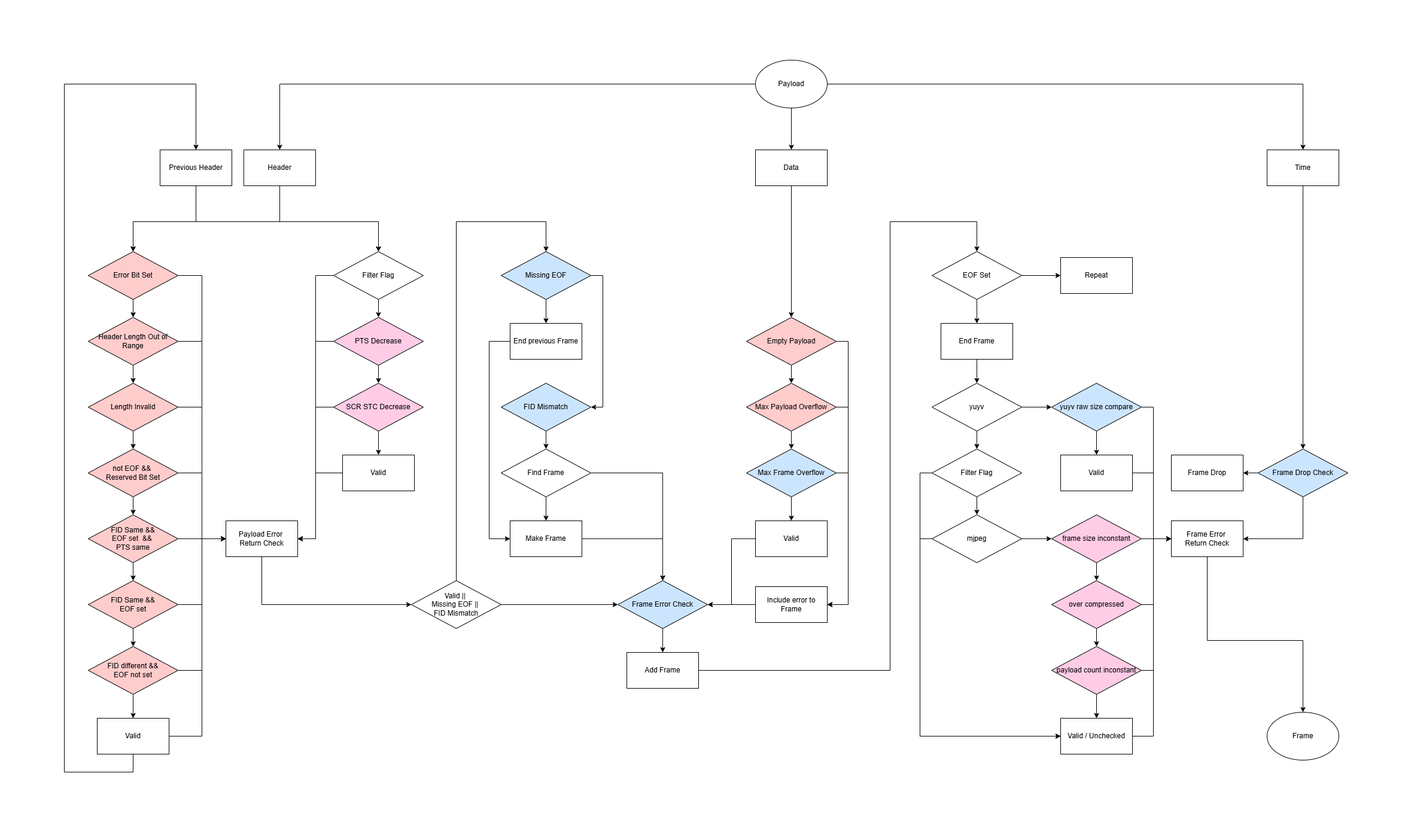
Above: documents/workflow.png in Vaultmicro/uvc_frame_detector (draw.io), before the change. Source tidied: cells renumbered, new cells last; positions are measured from the earlier drawing's top-left corner, leaving out a move shared by most shapes.
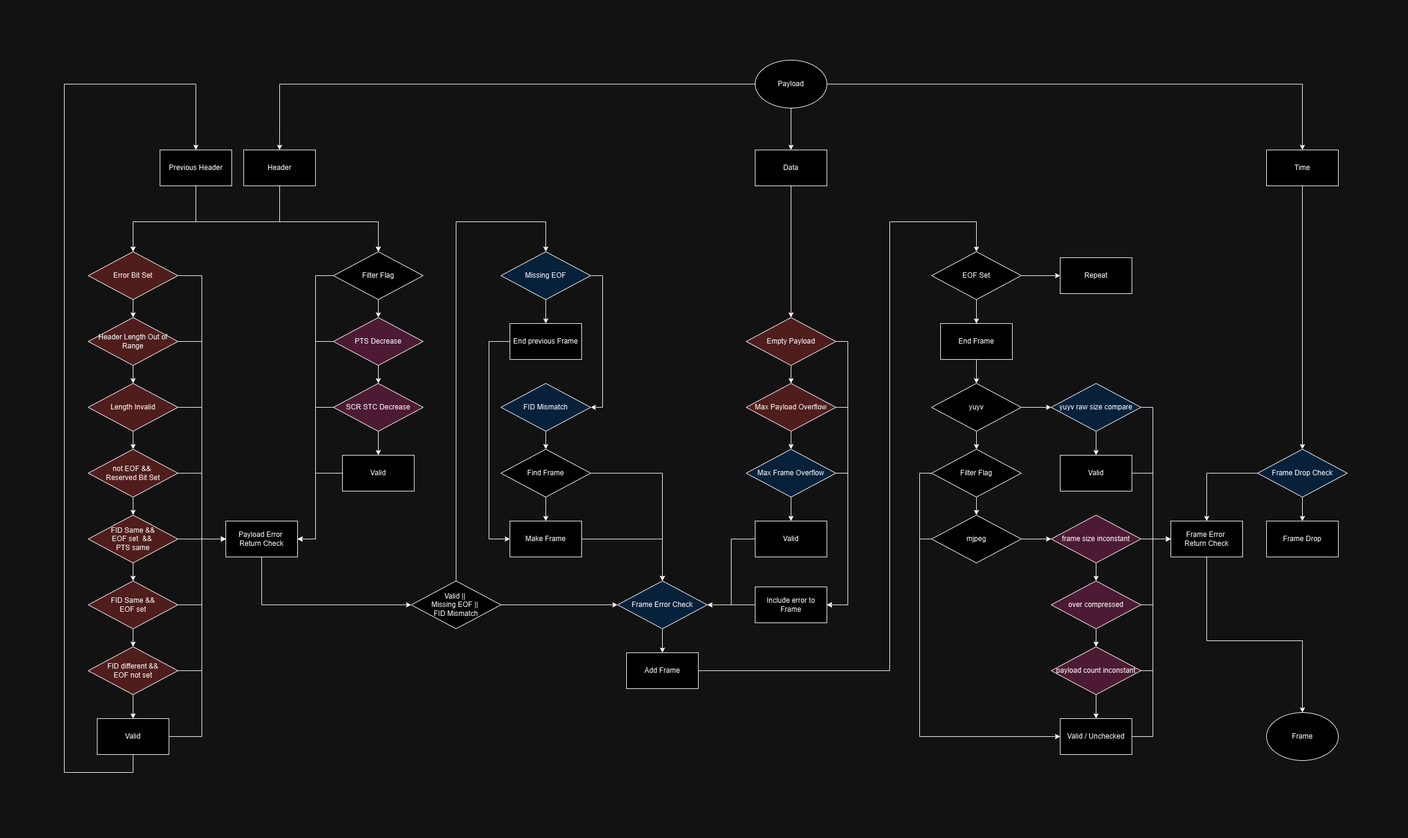
After the change.

Diff of the diagram source:
```diff
@@ -405,10 +405,10 @@
     <mxCell id="103" value="Valid" style="rounded=0;whiteSpace=wrap;html=1;" parent="1" vertex="1">
       <mxGeometry x="1155" y="770" width="120" height="60" as="geometry" />
     </mxCell>
-    <mxCell id="104" style="edgeStyle=orthogonalEdgeStyle;rounded=0;jettySize=auto;html=1;exitX=0.5;exitY=1;exitDx=0;exitDy=0;entryX=1;entryY=0.5;entryDx=0;entryDy=0;" parent="1" edge="1" source="106" target="65">
+    <mxCell id="104" style="edgeStyle=orthogonalEdgeStyle;rounded=0;jettySize=auto;html=1;" parent="1" edge="1" source="106" target="65">
       <mxGeometry relative="1" as="geometry" />
     </mxCell>
-    <mxCell id="105" style="edgeStyle=orthogonalEdgeStyle;rounded=0;jettySize=auto;html=1;exitX=0;exitY=0.5;exitDx=0;exitDy=0;entryX=1;entryY=0.5;entryDx=0;entryDy=0;" parent="1" edge="1" source="106" target="122">
+    <mxCell id="105" style="edgeStyle=orthogonalEdgeStyle;rounded=0;jettySize=auto;html=1;exitX=0.5;exitY=1;exitDx=0;exitDy=0;entryX=0.5;entryY=0;entryDx=0;entryDy=0;" parent="1" edge="1" source="106" target="122">
       <mxGeometry relative="1" as="geometry" />
     </mxCell>
     <mxCell id="106" value="Frame Drop Check" style="rhombus;whiteSpace=wrap;html=1;fillColor=#CCE5FF;" parent="1" vertex="1">
@@ -480,7 +480,7 @@
       <mxGeometry x="1665" y="330" width="120" height="60" as="geometry" />
     </mxCell>
     <mxCell id="122" value="Frame Drop" style="rounded=0;whiteSpace=wrap;html=1;" parent="1" vertex="1">
-      <mxGeometry x="1850" y="660" width="120" height="60" as="geometry" />
+      <mxGeometry x="2010" y="770" width="120" height="60" as="geometry" />
     </mxCell>
   </root>
 </mxGraphModel>
```
